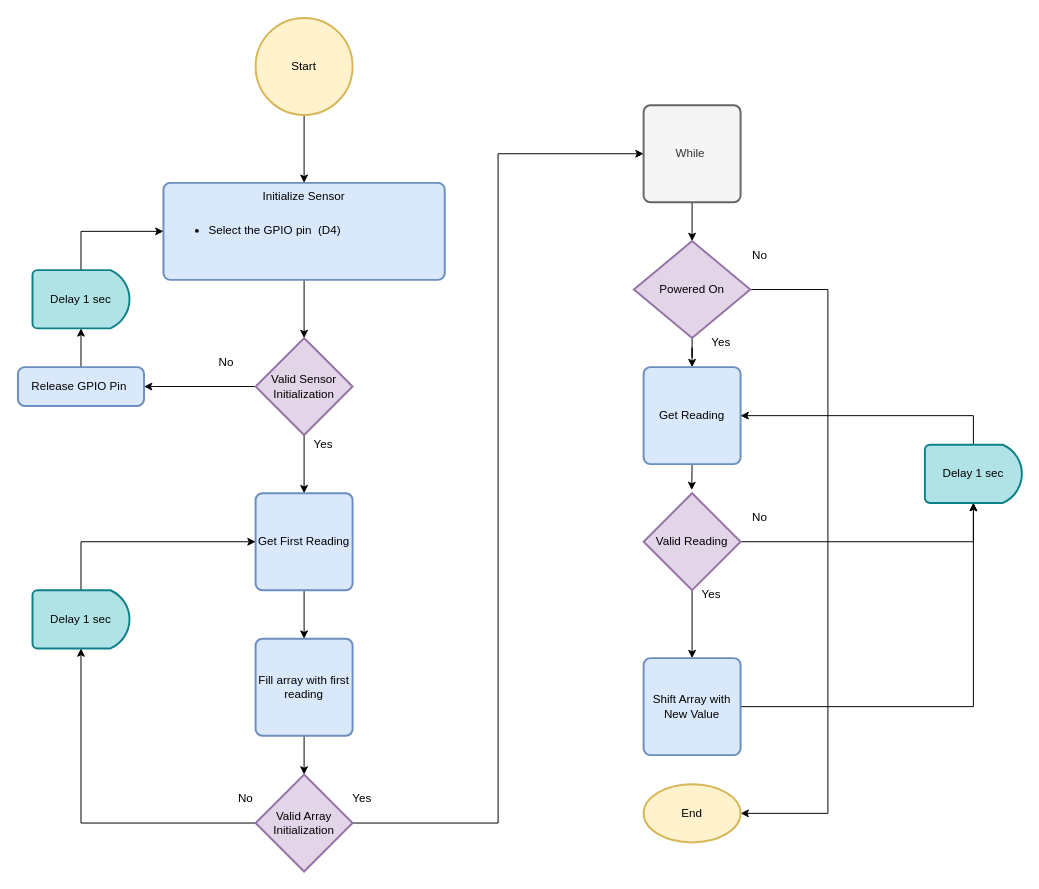
Above: Lux-Sensor-System.drawio in aaMOUSA/aaMOUSA (draw.io), before the change. Source tidied: cells renumbered, new cells numbered last; positions are measured from the earlier drawing's top-left corner, leaving out a move shared by most shapes. Both pictures are drawn from the tidied source at 97%, with x=0, y=0 at pixel (17, 17).
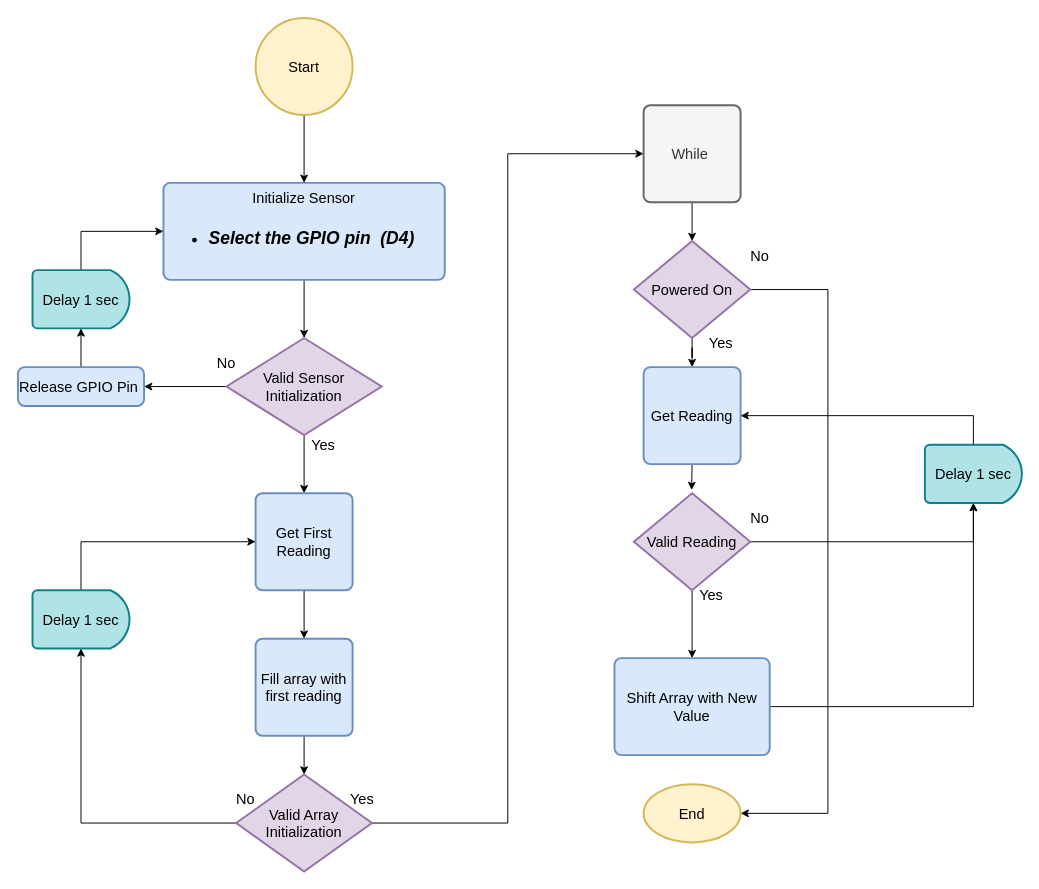
The same diagram, later.

What changed in the source:
```diff
@@
-    <mxCell id="2" style="edgeStyle=orthogonalEdgeStyle;rounded=0;jettySize=auto;html=1;exitX=0.5;exitY=1;exitDx=0;exitDy=0;exitPerimeter=0;" parent="1" edge="1" source="3" target="5">
+    <mxCell id="2" style="edgeStyle=orthogonalEdgeStyle;rounded=0;jettySize=auto;html=1;exitX=0.5;exitY=1;exitDx=0;exitDy=0;exitPerimeter=0;fontSize=15;" parent="1" edge="1" source="3" target="5">
       <mxGeometry relative="1" as="geometry" />
     </mxCell>
-    <mxCell id="3" value="Start" style="strokeWidth=2;html=1;shape=mxgraph.flowchart.start_2;whiteSpace=wrap;fillColor=#fff2cc;strokeColor=#d6b656;" parent="1" vertex="1">
+    <mxCell id="3" value="Start" style="strokeWidth=2;html=1;shape=mxgraph.flowchart.start_2;whiteSpace=wrap;fillColor=#fff2cc;strokeColor=#d6b656;fontSize=15;" parent="1" vertex="1">
       <mxGeometry x="245" width="100" height="100" as="geometry" />
     </mxCell>
-    <mxCell id="4" style="edgeStyle=orthogonalEdgeStyle;rounded=0;jettySize=auto;html=1;exitX=0.5;exitY=1;exitDx=0;exitDy=0;" parent="1" edge="1" source="5" target="9">
+    <mxCell id="4" style="edgeStyle=orthogonalEdgeStyle;rounded=0;jettySize=auto;html=1;exitX=0.5;exitY=1;exitDx=0;exitDy=0;fontSize=15;" parent="1" edge="1" source="5" target="9">
       <mxGeometry relative="1" as="geometry" />
     </mxCell>
-    <mxCell id="5" value="Initialize Sensor" style="rounded=1;whiteSpace=wrap;html=1;absoluteArcSize=1;arcSize=14;strokeWidth=2;verticalAlign=top;fillColor=#dae8fc;strokeColor=#6c8ebf;" parent="1" vertex="1">
+    <mxCell id="5" value="Initialize Sensor" style="rounded=1;whiteSpace=wrap;html=1;absoluteArcSize=1;arcSize=14;strokeWidth=2;verticalAlign=top;fillColor=#dae8fc;strokeColor=#6c8ebf;fontSize=15;" parent="1" vertex="1">
       <mxGeometry x="150" y="170" width="290" height="100" as="geometry" />
     </mxCell>
-    <mxCell id="6" value="&lt;ul&gt;&lt;li&gt;Select the GPIO pin&amp;nbsp; (D4)&lt;/li&gt;&lt;/ul&gt;" style="text;html=1;strokeColor=none;fillColor=none;align=left;verticalAlign=top;whiteSpace=wrap;rounded=0;" parent="1" vertex="1">
+    <mxCell id="6" value="&lt;ul style=&quot;font-size: 18px;&quot;&gt;&lt;li style=&quot;font-size: 18px;&quot;&gt;Select the GPIO pin&amp;nbsp; (D4)&lt;/li&gt;&lt;/ul&gt;" style="text;html=1;strokeColor=none;fillColor=none;align=left;verticalAlign=top;whiteSpace=wrap;rounded=0;fontSize=18;fontStyle=3;" parent="1" vertex="1">
       <mxGeometry x="155" y="192.5" width="280" height="55" as="geometry" />
     </mxCell>
-    <mxCell id="7" style="edgeStyle=orthogonalEdgeStyle;rounded=0;jettySize=auto;html=1;exitX=0.5;exitY=1;exitDx=0;exitDy=0;exitPerimeter=0;entryX=0.5;entryY=0;entryDx=0;entryDy=0;" parent="1" edge="1" source="9" target="11">
+    <mxCell id="7" style="edgeStyle=orthogonalEdgeStyle;rounded=0;jettySize=auto;html=1;exitX=0.5;exitY=1;exitDx=0;exitDy=0;exitPerimeter=0;entryX=0.5;entryY=0;entryDx=0;entryDy=0;fontSize=15;" parent="1" edge="1" source="9" target="11">
       <mxGeometry relative="1" as="geometry" />
     </mxCell>
-    <mxCell id="8" style="edgeStyle=orthogonalEdgeStyle;rounded=0;jettySize=auto;html=1;exitX=0;exitY=0.5;exitDx=0;exitDy=0;exitPerimeter=0;entryX=1;entryY=0.5;entryDx=0;entryDy=0;" parent="1" edge="1" source="9" target="45">
+    <mxCell id="8" style="edgeStyle=orthogonalEdgeStyle;rounded=0;jettySize=auto;html=1;exitX=0;exitY=0.5;exitDx=0;exitDy=0;exitPerimeter=0;entryX=1;entryY=0.5;entryDx=0;entryDy=0;fontSize=15;" parent="1" edge="1" source="9" target="45">
       <mxGeometry relative="1" as="geometry" />
     </mxCell>
-    <mxCell id="9" value="Valid Sensor Initialization" style="strokeWidth=2;html=1;shape=mxgraph.flowchart.decision;whiteSpace=wrap;fillColor=#e1d5e7;strokeColor=#9673a6;" parent="1" vertex="1">
-      <mxGeometry x="245" y="330" width="100" height="100" as="geometry" />
+    <mxCell id="9" value="Valid Sensor Initialization" style="strokeWidth=2;html=1;shape=mxgraph.flowchart.decision;whiteSpace=wrap;fillColor=#e1d5e7;strokeColor=#9673a6;fontSize=15;" parent="1" vertex="1">
+      <mxGeometry x="215" y="330" width="160" height="100" as="geometry" />
     </mxCell>
-    <mxCell id="10" style="edgeStyle=orthogonalEdgeStyle;rounded=0;jettySize=auto;html=1;exitX=0.5;exitY=1;exitDx=0;exitDy=0;entryX=0.5;entryY=0;entryDx=0;entryDy=0;" parent="1" edge="1" source="11" target="13">
+    <mxCell id="10" style="edgeStyle=orthogonalEdgeStyle;rounded=0;jettySize=auto;html=1;exitX=0.5;exitY=1;exitDx=0;exitDy=0;entryX=0.5;entryY=0;entryDx=0;entryDy=0;fontSize=15;" parent="1" edge="1" source="11" target="13">
       <mxGeometry relative="1" as="geometry" />
     </mxCell>
-    <mxCell id="11" value="Get First Reading" style="rounded=1;whiteSpace=wrap;html=1;absoluteArcSize=1;arcSize=14;strokeWidth=2;fillColor=#dae8fc;strokeColor=#6c8ebf;" parent="1" vertex="1">
+    <mxCell id="11" value="Get First Reading" style="rounded=1;whiteSpace=wrap;html=1;absoluteArcSize=1;arcSize=14;strokeWidth=2;fillColor=#dae8fc;strokeColor=#6c8ebf;fontSize=15;" parent="1" vertex="1">
       <mxGeometry x="245" y="490" width="100" height="100" as="geometry" />
     </mxCell>
-    <mxCell id="12" style="edgeStyle=orthogonalEdgeStyle;rounded=0;jettySize=auto;html=1;exitX=0.5;exitY=1;exitDx=0;exitDy=0;entryX=0.5;entryY=0;entryDx=0;entryDy=0;entryPerimeter=0;" parent="1" edge="1" source="13" target="16">
+    <mxCell id="12" style="edgeStyle=orthogonalEdgeStyle;rounded=0;jettySize=auto;html=1;exitX=0.5;exitY=1;exitDx=0;exitDy=0;entryX=0.5;entryY=0;entryDx=0;entryDy=0;entryPerimeter=0;fontSize=15;" parent="1" edge="1" source="13" target="16">
       <mxGeometry relative="1" as="geometry" />
     </mxCell>
-    <mxCell id="13" value="Fill array with first reading" style="rounded=1;whiteSpace=wrap;html=1;absoluteArcSize=1;arcSize=14;strokeWidth=2;fillColor=#dae8fc;strokeColor=#6c8ebf;" parent="1" vertex="1">
+    <mxCell id="13" value="Fill array with first reading" style="rounded=1;whiteSpace=wrap;html=1;absoluteArcSize=1;arcSize=14;strokeWidth=2;fillColor=#dae8fc;strokeColor=#6c8ebf;fontSize=15;" parent="1" vertex="1">
       <mxGeometry x="245" y="640" width="100" height="100" as="geometry" />
     </mxCell>
-    <mxCell id="14" style="edgeStyle=orthogonalEdgeStyle;rounded=0;jettySize=auto;html=1;exitX=0;exitY=0.5;exitDx=0;exitDy=0;exitPerimeter=0;" parent="1" edge="1" source="16" target="41">
+    <mxCell id="14" style="edgeStyle=orthogonalEdgeStyle;rounded=0;jettySize=auto;html=1;exitX=0;exitY=0.5;exitDx=0;exitDy=0;exitPerimeter=0;fontSize=15;" parent="1" edge="1" source="16" target="41">
       <mxGeometry relative="1" as="geometry" />
     </mxCell>
-    <mxCell id="15" style="edgeStyle=orthogonalEdgeStyle;rounded=0;jettySize=auto;html=1;exitX=1;exitY=0.5;exitDx=0;exitDy=0;exitPerimeter=0;entryX=0;entryY=0.5;entryDx=0;entryDy=0;" parent="1" edge="1" source="16" target="18">
+    <mxCell id="15" style="edgeStyle=orthogonalEdgeStyle;rounded=0;jettySize=auto;html=1;exitX=1;exitY=0.5;exitDx=0;exitDy=0;exitPerimeter=0;entryX=0;entryY=0.5;entryDx=0;entryDy=0;fontSize=15;" parent="1" edge="1" source="16" target="18">
       <mxGeometry relative="1" as="geometry" />
     </mxCell>
-    <mxCell id="16" value="Valid Array Initialization" style="strokeWidth=2;html=1;shape=mxgraph.flowchart.decision;whiteSpace=wrap;fillColor=#e1d5e7;strokeColor=#9673a6;" parent="1" vertex="1">
-      <mxGeometry x="245" y="780" width="100" height="100" as="geometry" />
+    <mxCell id="16" value="Valid Array Initialization" style="strokeWidth=2;html=1;shape=mxgraph.flowchart.decision;whiteSpace=wrap;fillColor=#e1d5e7;strokeColor=#9673a6;fontSize=15;" parent="1" vertex="1">
+      <mxGeometry x="225" y="780" width="140" height="100" as="geometry" />
     </mxCell>
-    <mxCell id="17" style="edgeStyle=orthogonalEdgeStyle;rounded=0;jettySize=auto;html=1;exitX=0.5;exitY=1;exitDx=0;exitDy=0;entryX=0.5;entryY=0;entryDx=0;entryDy=0;entryPerimeter=0;" parent="1" edge="1" source="18" target="21">
+    <mxCell id="17" style="edgeStyle=orthogonalEdgeStyle;rounded=0;jettySize=auto;html=1;exitX=0.5;exitY=1;exitDx=0;exitDy=0;entryX=0.5;entryY=0;entryDx=0;entryDy=0;entryPerimeter=0;fontSize=15;" parent="1" edge="1" source="18" target="21">
       <mxGeometry relative="1" as="geometry" />
     </mxCell>
-    <mxCell id="18" value="While&amp;nbsp;" style="rounded=1;whiteSpace=wrap;html=1;absoluteArcSize=1;arcSize=14;strokeWidth=2;fillColor=#f5f5f5;fontColor=#333333;strokeColor=#666666;" parent="1" vertex="1">
+    <mxCell id="18" value="While&amp;nbsp;" style="rounded=1;whiteSpace=wrap;html=1;absoluteArcSize=1;arcSize=14;strokeWidth=2;fillColor=#f5f5f5;fontColor=#333333;strokeColor=#666666;fontSize=15;" parent="1" vertex="1">
       <mxGeometry x="645" y="90" width="100" height="100" as="geometry" />
     </mxCell>
-    <mxCell id="19" style="edgeStyle=orthogonalEdgeStyle;rounded=0;jettySize=auto;html=1;exitX=0.5;exitY=1;exitDx=0;exitDy=0;exitPerimeter=0;" parent="1" edge="1" source="21" target="23">
+    <mxCell id="19" style="edgeStyle=orthogonalEdgeStyle;rounded=0;jettySize=auto;html=1;exitX=0.5;exitY=1;exitDx=0;exitDy=0;exitPerimeter=0;fontSize=15;" parent="1" edge="1" source="21" target="23">
       <mxGeometry relative="1" as="geometry" />
     </mxCell>
-    <mxCell id="20" style="edgeStyle=orthogonalEdgeStyle;rounded=0;jettySize=auto;html=1;exitX=1;exitY=0.5;exitDx=0;exitDy=0;exitPerimeter=0;entryX=1;entryY=0.5;entryDx=0;entryDy=0;entryPerimeter=0;" parent="1" edge="1" source="21" target="38">
+    <mxCell id="20" style="edgeStyle=orthogonalEdgeStyle;rounded=0;jettySize=auto;html=1;exitX=1;exitY=0.5;exitDx=0;exitDy=0;exitPerimeter=0;entryX=1;entryY=0.5;entryDx=0;entryDy=0;entryPerimeter=0;fontSize=15;" parent="1" edge="1" source="21" target="38">
       <mxGeometry relative="1" as="geometry">
         <Array as="points">
           <mxPoint x="835" y="280" />
           <mxPoint x="835" y="820" />
         </Array>
       </mxGeometry>
     </mxCell>
-    <mxCell id="21" value="Powered On" style="strokeWidth=2;html=1;shape=mxgraph.flowchart.decision;whiteSpace=wrap;fillColor=#e1d5e7;strokeColor=#9673a6;" parent="1" vertex="1">
+    <mxCell id="21" value="Powered On" style="strokeWidth=2;html=1;shape=mxgraph.flowchart.decision;whiteSpace=wrap;fillColor=#e1d5e7;strokeColor=#9673a6;fontSize=15;" parent="1" vertex="1">
       <mxGeometry x="635" y="230" width="120" height="100" as="geometry" />
     </mxCell>
-    <mxCell id="22" style="edgeStyle=orthogonalEdgeStyle;rounded=0;jettySize=auto;html=1;exitX=0.5;exitY=1;exitDx=0;exitDy=0;entryX=0.496;entryY=-0.033;entryDx=0;entryDy=0;entryPerimeter=0;" parent="1" edge="1" source="23" target="26">
+    <mxCell id="22" style="edgeStyle=orthogonalEdgeStyle;rounded=0;jettySize=auto;html=1;exitX=0.5;exitY=1;exitDx=0;exitDy=0;entryX=0.496;entryY=-0.033;entryDx=0;entryDy=0;entryPerimeter=0;fontSize=15;" parent="1" edge="1" source="23" target="26">
       <mxGeometry relative="1" as="geometry" />
     </mxCell>
-    <mxCell id="23" value="Get Reading" style="rounded=1;whiteSpace=wrap;html=1;absoluteArcSize=1;arcSize=14;strokeWidth=2;fillColor=#dae8fc;strokeColor=#6c8ebf;" parent="1" vertex="1">
+    <mxCell id="23" value="Get Reading" style="rounded=1;whiteSpace=wrap;html=1;absoluteArcSize=1;arcSize=14;strokeWidth=2;fillColor=#dae8fc;strokeColor=#6c8ebf;fontSize=15;" parent="1" vertex="1">
       <mxGeometry x="645" y="360" width="100" height="100" as="geometry" />
     </mxCell>
-    <mxCell id="24" style="edgeStyle=orthogonalEdgeStyle;rounded=0;jettySize=auto;html=1;exitX=0.5;exitY=1;exitDx=0;exitDy=0;exitPerimeter=0;entryX=0.5;entryY=0;entryDx=0;entryDy=0;" parent="1" edge="1" source="26" target="28">
+    <mxCell id="24" style="edgeStyle=orthogonalEdgeStyle;rounded=0;jettySize=auto;html=1;exitX=0.5;exitY=1;exitDx=0;exitDy=0;exitPerimeter=0;entryX=0.5;entryY=0;entryDx=0;entryDy=0;fontSize=15;" parent="1" edge="1" source="26" target="28">
       <mxGeometry relative="1" as="geometry" />
     </mxCell>
-    <mxCell id="25" style="edgeStyle=orthogonalEdgeStyle;rounded=0;jettySize=auto;html=1;exitX=1;exitY=0.5;exitDx=0;exitDy=0;exitPerimeter=0;entryX=0.5;entryY=1;entryDx=0;entryDy=0;entryPerimeter=0;" parent="1" edge="1" source="26" target="34">
+    <mxCell id="25" style="edgeStyle=orthogonalEdgeStyle;rounded=0;jettySize=auto;html=1;exitX=1;exitY=0.5;exitDx=0;exitDy=0;exitPerimeter=0;entryX=0.5;entryY=1;entryDx=0;entryDy=0;entryPerimeter=0;fontSize=15;" parent="1" edge="1" source="26" target="34">
       <mxGeometry relative="1" as="geometry" />
     </mxCell>
-    <mxCell id="26" value="Valid Reading" style="strokeWidth=2;html=1;shape=mxgraph.flowchart.decision;whiteSpace=wrap;fillColor=#e1d5e7;strokeColor=#9673a6;" parent="1" vertex="1">
-      <mxGeometry x="645" y="490" width="100" height="100" as="geometry" />
+    <mxCell id="26" value="Valid Reading" style="strokeWidth=2;html=1;shape=mxgraph.flowchart.decision;whiteSpace=wrap;fillColor=#e1d5e7;strokeColor=#9673a6;fontSize=15;" parent="1" vertex="1">
+      <mxGeometry x="635" y="490" width="120" height="100" as="geometry" />
     </mxCell>
-    <mxCell id="27" style="edgeStyle=orthogonalEdgeStyle;rounded=0;jettySize=auto;html=1;exitX=1;exitY=0.5;exitDx=0;exitDy=0;entryX=0.5;entryY=1;entryDx=0;entryDy=0;entryPerimeter=0;" parent="1" edge="1" source="28" target="34">
+    <mxCell id="27" style="edgeStyle=orthogonalEdgeStyle;rounded=0;jettySize=auto;html=1;exitX=1;exitY=0.5;exitDx=0;exitDy=0;entryX=0.5;entryY=1;entryDx=0;entryDy=0;entryPerimeter=0;fontSize=15;" parent="1" edge="1" source="28" target="34">
       <mxGeometry relative="1" as="geometry" />
     </mxCell>
-    <mxCell id="28" value="Shift Array with New Value" style="rounded=1;whiteSpace=wrap;html=1;absoluteArcSize=1;arcSize=14;strokeWidth=2;fillColor=#dae8fc;strokeColor=#6c8ebf;" parent="1" vertex="1">
-      <mxGeometry x="645" y="660" width="100" height="100" as="geometry" />
+    <mxCell id="28" value="Shift Array with New Value" style="rounded=1;whiteSpace=wrap;html=1;absoluteArcSize=1;arcSize=14;strokeWidth=2;fillColor=#dae8fc;strokeColor=#6c8ebf;fontSize=15;" parent="1" vertex="1">
+      <mxGeometry x="615" y="660" width="160" height="100" as="geometry" />
     </mxCell>
-    <mxCell id="29" value="No" style="text;html=1;strokeColor=none;fillColor=none;align=center;verticalAlign=middle;whiteSpace=wrap;rounded=0;" parent="1" vertex="1">
+    <mxCell id="29" value="No" style="text;html=1;strokeColor=none;fillColor=none;align=center;verticalAlign=middle;whiteSpace=wrap;rounded=0;fontSize=15;" parent="1" vertex="1">
       <mxGeometry x="185" y="340" width="60" height="30" as="geometry" />
     </mxCell>
-    <mxCell id="30" value="Yes" style="text;html=1;strokeColor=none;fillColor=none;align=center;verticalAlign=middle;whiteSpace=wrap;rounded=0;" parent="1" vertex="1">
+    <mxCell id="30" value="Yes" style="text;html=1;strokeColor=none;fillColor=none;align=center;verticalAlign=middle;whiteSpace=wrap;rounded=0;fontSize=15;" parent="1" vertex="1">
       <mxGeometry x="285" y="425" width="60" height="30" as="geometry" />
     </mxCell>
-    <mxCell id="31" value="No" style="text;html=1;strokeColor=none;fillColor=none;align=center;verticalAlign=middle;whiteSpace=wrap;rounded=0;" parent="1" vertex="1">
+    <mxCell id="31" value="No" style="text;html=1;strokeColor=none;fillColor=none;align=center;verticalAlign=middle;whiteSpace=wrap;rounded=0;fontSize=15;" parent="1" vertex="1">
       <mxGeometry x="205" y="790" width="60" height="30" as="geometry" />
     </mxCell>
-    <mxCell id="32" value="Yes" style="text;html=1;strokeColor=none;fillColor=none;align=center;verticalAlign=middle;whiteSpace=wrap;rounded=0;" parent="1" vertex="1">
+    <mxCell id="32" value="Yes" style="text;html=1;strokeColor=none;fillColor=none;align=center;verticalAlign=middle;whiteSpace=wrap;rounded=0;fontSize=15;" parent="1" vertex="1">
       <mxGeometry x="325" y="790" width="60" height="30" as="geometry" />
     </mxCell>
-    <mxCell id="33" style="edgeStyle=orthogonalEdgeStyle;rounded=0;jettySize=auto;html=1;exitX=0.5;exitY=0;exitDx=0;exitDy=0;exitPerimeter=0;" parent="1" edge="1" source="34" target="23">
+    <mxCell id="33" style="edgeStyle=orthogonalEdgeStyle;rounded=0;jettySize=auto;html=1;exitX=0.5;exitY=0;exitDx=0;exitDy=0;exitPerimeter=0;fontSize=15;" parent="1" edge="1" source="34" target="23">
       <mxGeometry relative="1" as="geometry" />
     </mxCell>
-    <mxCell id="34" value="Delay 1 sec" style="strokeWidth=2;html=1;shape=mxgraph.flowchart.delay;whiteSpace=wrap;fillColor=#b0e3e6;strokeColor=#0e8088;" parent="1" vertex="1">
+    <mxCell id="34" value="Delay 1 sec" style="strokeWidth=2;html=1;shape=mxgraph.flowchart.delay;whiteSpace=wrap;fillColor=#b0e3e6;strokeColor=#0e8088;fontSize=15;" parent="1" vertex="1">
       <mxGeometry x="935" y="440" width="100" height="60" as="geometry" />
     </mxCell>
-    <mxCell id="35" value="No" style="text;html=1;strokeColor=none;fillColor=none;align=center;verticalAlign=middle;whiteSpace=wrap;rounded=0;" parent="1" vertex="1">
+    <mxCell id="35" value="No" style="text;html=1;strokeColor=none;fillColor=none;align=center;verticalAlign=middle;whiteSpace=wrap;rounded=0;fontSize=15;" parent="1" vertex="1">
       <mxGeometry x="735" y="500" width="60" height="30" as="geometry" />
     </mxCell>
-    <mxCell id="36" value="Yes" style="text;html=1;strokeColor=none;fillColor=none;align=center;verticalAlign=middle;whiteSpace=wrap;rounded=0;" parent="1" vertex="1">
+    <mxCell id="36" value="Yes" style="text;html=1;strokeColor=none;fillColor=none;align=center;verticalAlign=middle;whiteSpace=wrap;rounded=0;fontSize=15;" parent="1" vertex="1">
       <mxGeometry x="685" y="580" width="60" height="30" as="geometry" />
     </mxCell>
-    <mxCell id="37" value="Yes" style="text;html=1;strokeColor=none;fillColor=none;align=center;verticalAlign=middle;whiteSpace=wrap;rounded=0;" parent="1" vertex="1">
+    <mxCell id="37" value="Yes" style="text;html=1;strokeColor=none;fillColor=none;align=center;verticalAlign=middle;whiteSpace=wrap;rounded=0;fontSize=15;" parent="1" vertex="1">
       <mxGeometry x="695" y="320" width="60" height="30" as="geometry" />
     </mxCell>
-    <mxCell id="38" value="End" style="strokeWidth=2;html=1;shape=mxgraph.flowchart.start_1;whiteSpace=wrap;fillColor=#fff2cc;strokeColor=#d6b656;" parent="1" vertex="1">
+    <mxCell id="38" value="End" style="strokeWidth=2;html=1;shape=mxgraph.flowchart.start_1;whiteSpace=wrap;fillColor=#fff2cc;strokeColor=#d6b656;fontSize=15;" parent="1" vertex="1">
       <mxGeometry x="645" y="790" width="100" height="60" as="geometry" />
     </mxCell>
-    <mxCell id="39" value="No" style="text;html=1;strokeColor=none;fillColor=none;align=center;verticalAlign=middle;whiteSpace=wrap;rounded=0;" parent="1" vertex="1">
+    <mxCell id="39" value="No" style="text;html=1;strokeColor=none;fillColor=none;align=center;verticalAlign=middle;whiteSpace=wrap;rounded=0;fontSize=15;" parent="1" vertex="1">
       <mxGeometry x="735" y="230" width="60" height="30" as="geometry" />
     </mxCell>
-    <mxCell id="40" style="edgeStyle=orthogonalEdgeStyle;rounded=0;jettySize=auto;html=1;exitX=0.5;exitY=0;exitDx=0;exitDy=0;exitPerimeter=0;" parent="1" edge="1" source="41" target="11">
+    <mxCell id="40" style="edgeStyle=orthogonalEdgeStyle;rounded=0;jettySize=auto;html=1;exitX=0.5;exitY=0;exitDx=0;exitDy=0;exitPerimeter=0;fontSize=15;" parent="1" edge="1" source="41" target="11">
       <mxGeometry relative="1" as="geometry" />
     </mxCell>
-    <mxCell id="41" value="Delay 1 sec" style="strokeWidth=2;html=1;shape=mxgraph.flowchart.delay;whiteSpace=wrap;fillColor=#b0e3e6;strokeColor=#0e8088;" parent="1" vertex="1">
+    <mxCell id="41" value="Delay 1 sec" style="strokeWidth=2;html=1;shape=mxgraph.flowchart.delay;whiteSpace=wrap;fillColor=#b0e3e6;strokeColor=#0e8088;fontSize=15;" parent="1" vertex="1">
       <mxGeometry x="15" y="590" width="100" height="60" as="geometry" />
     </mxCell>
-    <mxCell id="42" style="edgeStyle=orthogonalEdgeStyle;rounded=0;jettySize=auto;html=1;exitX=0.5;exitY=0;exitDx=0;exitDy=0;exitPerimeter=0;entryX=0;entryY=0.5;entryDx=0;entryDy=0;" parent="1" edge="1" source="43" target="5">
+    <mxCell id="42" style="edgeStyle=orthogonalEdgeStyle;rounded=0;jettySize=auto;html=1;exitX=0.5;exitY=0;exitDx=0;exitDy=0;exitPerimeter=0;entryX=0;entryY=0.5;entryDx=0;entryDy=0;fontSize=15;" parent="1" edge="1" source="43" target="5">
       <mxGeometry relative="1" as="geometry" />
     </mxCell>
-    <mxCell id="43" value="Delay 1 sec" style="strokeWidth=2;html=1;shape=mxgraph.flowchart.delay;whiteSpace=wrap;fillColor=#b0e3e6;strokeColor=#0e8088;" parent="1" vertex="1">
+    <mxCell id="43" value="Delay 1 sec" style="strokeWidth=2;html=1;shape=mxgraph.flowchart.delay;whiteSpace=wrap;fillColor=#b0e3e6;strokeColor=#0e8088;fontSize=15;" parent="1" vertex="1">
       <mxGeometry x="15" y="260" width="100" height="60" as="geometry" />
     </mxCell>
-    <mxCell id="44" style="edgeStyle=orthogonalEdgeStyle;rounded=0;jettySize=auto;html=1;exitX=0.5;exitY=0;exitDx=0;exitDy=0;entryX=0.5;entryY=1;entryDx=0;entryDy=0;entryPerimeter=0;" parent="1" edge="1" source="45" target="43">
+    <mxCell id="44" style="edgeStyle=orthogonalEdgeStyle;rounded=0;jettySize=auto;html=1;exitX=0.5;exitY=0;exitDx=0;exitDy=0;entryX=0.5;entryY=1;entryDx=0;entryDy=0;entryPerimeter=0;fontSize=15;" parent="1" edge="1" source="45" target="43">
       <mxGeometry relative="1" as="geometry" />
     </mxCell>
-    <mxCell id="45" value="Release GPIO Pin&amp;nbsp;" style="rounded=1;whiteSpace=wrap;html=1;absoluteArcSize=1;arcSize=14;strokeWidth=2;fillColor=#dae8fc;strokeColor=#6c8ebf;" parent="1" vertex="1">
+    <mxCell id="45" value="Release GPIO Pin&amp;nbsp;" style="rounded=1;whiteSpace=wrap;html=1;absoluteArcSize=1;arcSize=14;strokeWidth=2;fillColor=#dae8fc;strokeColor=#6c8ebf;fontSize=15;" parent="1" vertex="1">
       <mxGeometry y="360" width="130" height="40" as="geometry" />
     </mxCell>
```
